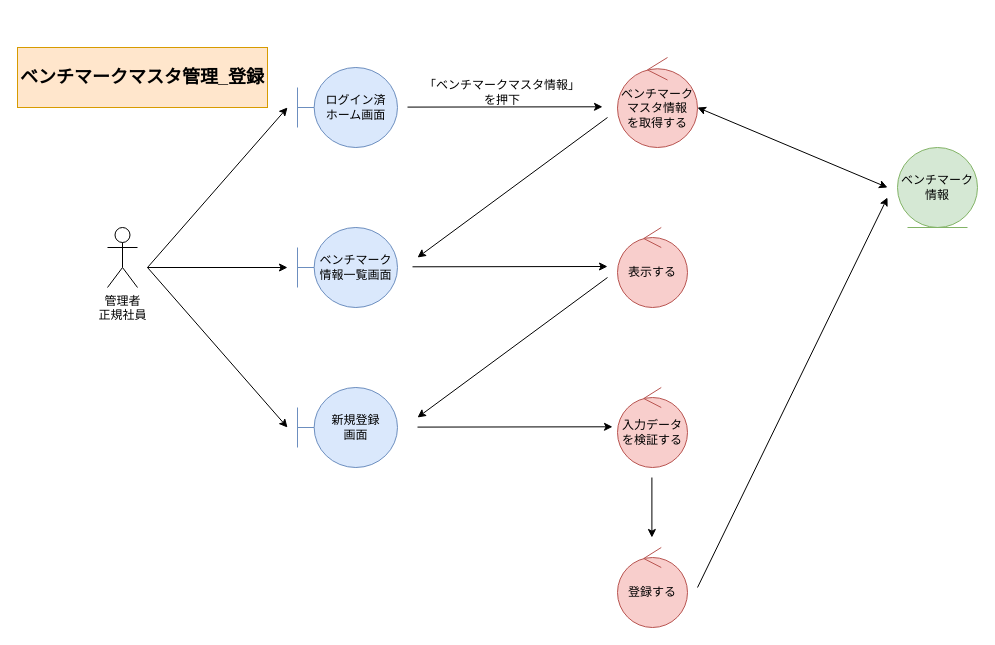
The draw.io diagram page "*ベンチマークマスタ管理_登録" (1 of 4) of 各種設計書/3ロバストネス図/マスタ管理/5.ベンチマークマスタ.drawio in HaruShim/Sotuken, before the edit. Source tidied: cells renumbered, new cells numbered last; positions are measured from the earlier drawing's top-left corner, leaving out a move shared by most shapes. Both pictures are drawn from the tidied source at 100%, with x=0, y=0 at pixel (17, 47).
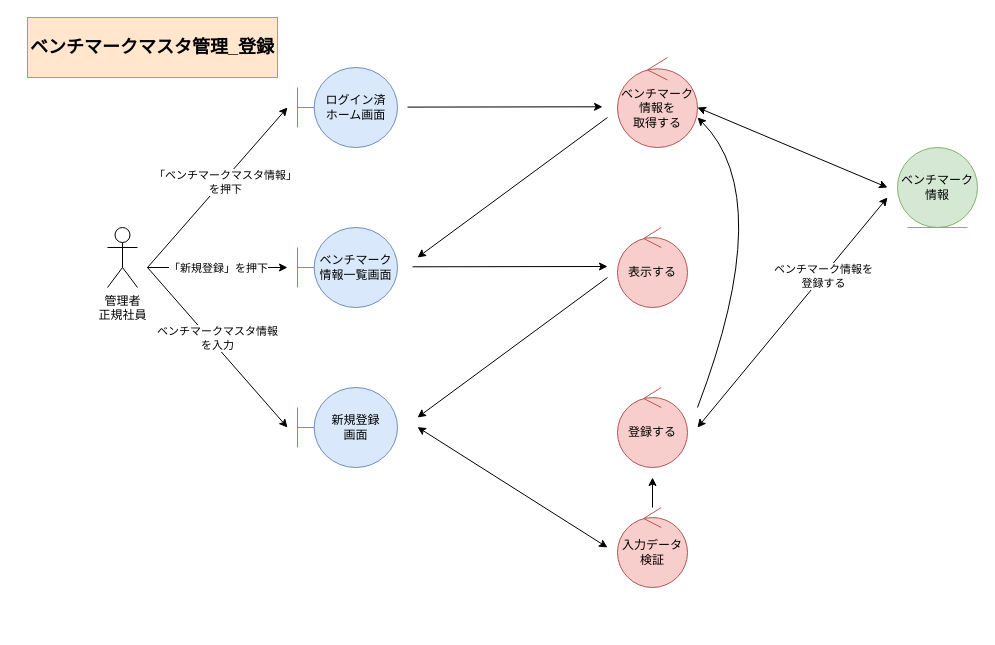
After the change.

The change refers to these unchanged cells:
```xml
<mxCell id="12" style="endArrow=classic;html=1;rounded=0;" parent="1" edge="1">
  <mxGeometry relative="1" as="geometry">
    <mxPoint x="130" y="220" as="sourcePoint" />
    <mxPoint x="270" y="380" as="targetPoint" />
  </mxGeometry>
</mxCell>
<mxCell id="13" style="endArrow=classic;html=1;rounded=0;" parent="1" edge="1">
  <mxGeometry relative="1" as="geometry">
    <mxPoint x="130" y="220" as="sourcePoint" />
    <mxPoint x="270" y="220" as="targetPoint" />
  </mxGeometry>
</mxCell>
```

Diff of the diagram source:
```diff
@@
-    <mxCell id="6" value="ベンチマーク&lt;br&gt;マスタ情報&lt;br&gt;を取得する" style="ellipse;shape=umlControl;whiteSpace=wrap;html=1;fillColor=#f8cecc;strokeColor=#b85450;" parent="1" vertex="1">
+    <mxCell id="6" value="ベンチマーク&lt;br&gt;情報を&lt;br&gt;取得する" style="ellipse;shape=umlControl;whiteSpace=wrap;html=1;fillColor=#f8cecc;strokeColor=#b85450;" parent="1" vertex="1">
       <mxGeometry x="600" y="10" width="80" height="90" as="geometry" />
     </mxCell>
@@
+    <mxCell id="11" style="endArrow=classic;html=1;rounded=0;" parent="1" edge="1">
+      <mxGeometry relative="1" as="geometry">
+        <mxPoint x="130" y="220" as="sourcePoint" />
+        <mxPoint x="270" y="60" as="targetPoint" />
+      </mxGeometry>
+    </mxCell>
-    <mxCell id="10" value="「ベンチマークマスタ情報」&lt;br&gt;を押下" style="text;html=1;strokeColor=none;fillColor=none;align=center;verticalAlign=middle;whiteSpace=wrap;rounded=0;" parent="1" vertex="1">
-      <mxGeometry x="400" y="30" width="170" height="30" as="geometry" />
+    <mxCell id="10" value="「ベンチマークマスタ情報」&lt;br&gt;を押下" style="edgeLabel;html=1;align=center;verticalAlign=middle;" parent="11" vertex="1">
+      <mxGeometry x="0.21" y="-2" relative="1" as="geometry">
+        <mxPoint x="-9" y="10" as="offset" />
+      </mxGeometry>
     </mxCell>
-    <mxCell id="11" style="endArrow=classic;html=1;rounded=0;" parent="1" edge="1">
-      <mxGeometry relative="1" as="geometry">
-        <mxPoint x="130" y="220" as="sourcePoint" />
-        <mxPoint x="270" y="60" as="targetPoint" />
-      </mxGeometry>
-    </mxCell>
@@
+    <mxCell id="24" value="ベンチマークマスタ情報&lt;br&gt;を入力" style="edgeLabel;html=1;align=center;verticalAlign=middle;" parent="12" vertex="1">
+      <mxGeometry x="-0.23" y="-2" relative="1" as="geometry">
+        <mxPoint x="17" y="7" as="offset" />
+      </mxGeometry>
+    </mxCell>
@@
+    <mxCell id="25" value="「新規登録」を押下" style="edgeLabel;html=1;align=center;verticalAlign=middle;" parent="13" vertex="1">
+      <mxGeometry x="-0.34" y="-4" relative="1" as="geometry">
+        <mxPoint x="24" y="-4" as="offset" />
+      </mxGeometry>
+    </mxCell>
@@
-    <mxCell id="18" value="登録する" style="ellipse;shape=umlControl;whiteSpace=wrap;html=1;fillColor=#f8cecc;strokeColor=#b85450;" parent="1" vertex="1">
-      <mxGeometry x="600" y="500" width="70" height="80" as="geometry" />
-    </mxCell>
-    <mxCell id="19" value="入力データを検証する" style="ellipse;shape=umlControl;whiteSpace=wrap;html=1;fillColor=#f8cecc;strokeColor=#b85450;" parent="1" vertex="1">
-      <mxGeometry x="600" y="340" width="70" height="80" as="geometry" />
-    </mxCell>
-    <mxCell id="20" style="endArrow=none;html=1;rounded=0;jumpStyle=none;startArrow=classic;startFill=1;endFill=0;" parent="1" edge="1">
-      <mxGeometry relative="1" as="geometry">
-        <mxPoint x="634.4" y="490" as="sourcePoint" />
-        <mxPoint x="634.4" y="430" as="targetPoint" />
-      </mxGeometry>
-    </mxCell>
-    <mxCell id="21" style="endArrow=classic;html=1;rounded=0;" parent="1" edge="1">
+    <mxCell id="21" style="endArrow=classic;html=1;rounded=0;startArrow=classic;startFill=1;" parent="1" edge="1">
       <mxGeometry relative="1" as="geometry">
         <mxPoint x="400" y="379.6" as="sourcePoint" />
-        <mxPoint x="595" y="379.3" as="targetPoint" />
+        <mxPoint x="590" y="500" as="targetPoint" />
       </mxGeometry>
     </mxCell>
-    <mxCell id="22" style="endArrow=classic;html=1;rounded=0;" parent="1" edge="1">
+    <mxCell id="22" style="endArrow=classic;html=1;rounded=0;startArrow=classic;startFill=1;" parent="1" edge="1">
       <mxGeometry relative="1" as="geometry">
-        <mxPoint x="680" y="540" as="sourcePoint" />
+        <mxPoint x="680" y="380" as="sourcePoint" />
         <mxPoint x="870" y="150" as="targetPoint" />
       </mxGeometry>
     </mxCell>
+    <mxCell id="26" value="ベンチマーク情報を&lt;br&gt;登録する" style="edgeLabel;html=1;align=center;verticalAlign=middle;" parent="22" vertex="1">
+      <mxGeometry x="0.32" y="-1" relative="1" as="geometry">
+        <mxPoint x="-1" as="offset" />
+      </mxGeometry>
+    </mxCell>
     <mxCell id="23" value="ベンチマークマスタ管理_登録" style="rounded=0;whiteSpace=wrap;html=1;fillColor=#ffe6cc;strokeColor=#d79b00;fontStyle=1;fontSize=18;" parent="1" vertex="1">
-      <mxGeometry width="250" height="60" as="geometry" />
+      <mxGeometry x="10" y="-30" width="250" height="60" as="geometry" />
     </mxCell>
+    <mxCell id="27" value="入力データ検証" style="ellipse;shape=umlControl;whiteSpace=wrap;html=1;fillColor=#f8cecc;strokeColor=#b85450;" parent="1" vertex="1">
+      <mxGeometry x="600" y="460" width="70" height="80" as="geometry" />
+    </mxCell>
+    <mxCell id="18" value="登録する" style="ellipse;shape=umlControl;whiteSpace=wrap;html=1;fillColor=#f8cecc;strokeColor=#b85450;" parent="1" vertex="1">
+      <mxGeometry x="600" y="340" width="70" height="80" as="geometry" />
+    </mxCell>
+    <mxCell id="28" style="endArrow=classic;html=1;rounded=0;" parent="1" edge="1" source="27">
+      <mxGeometry relative="1" as="geometry">
+        <mxPoint x="635" y="430" as="targetPoint" />
+      </mxGeometry>
+    </mxCell>
+    <mxCell id="29" style="curved=1;endArrow=classic;html=1;rounded=0;" parent="1" edge="1">
+      <mxGeometry relative="1" as="geometry">
+        <mxPoint x="680" y="360" as="sourcePoint" />
+        <mxPoint x="680" y="70" as="targetPoint" />
+        <Array as="points">
+          <mxPoint x="760" y="150" />
+        </Array>
+      </mxGeometry>
+    </mxCell>
```
